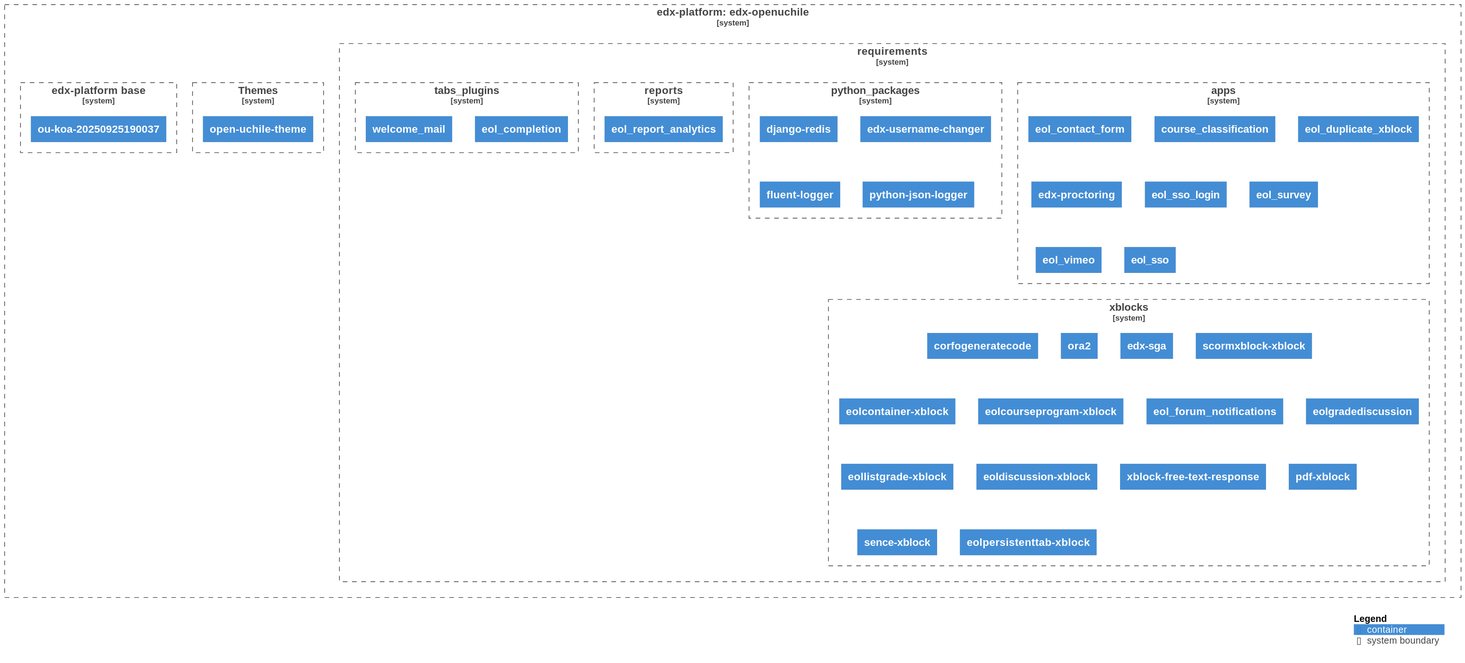
The PlantUML diagram diagrams/diagram.svg in eol-uchile/edx-openuchile, before a commit.
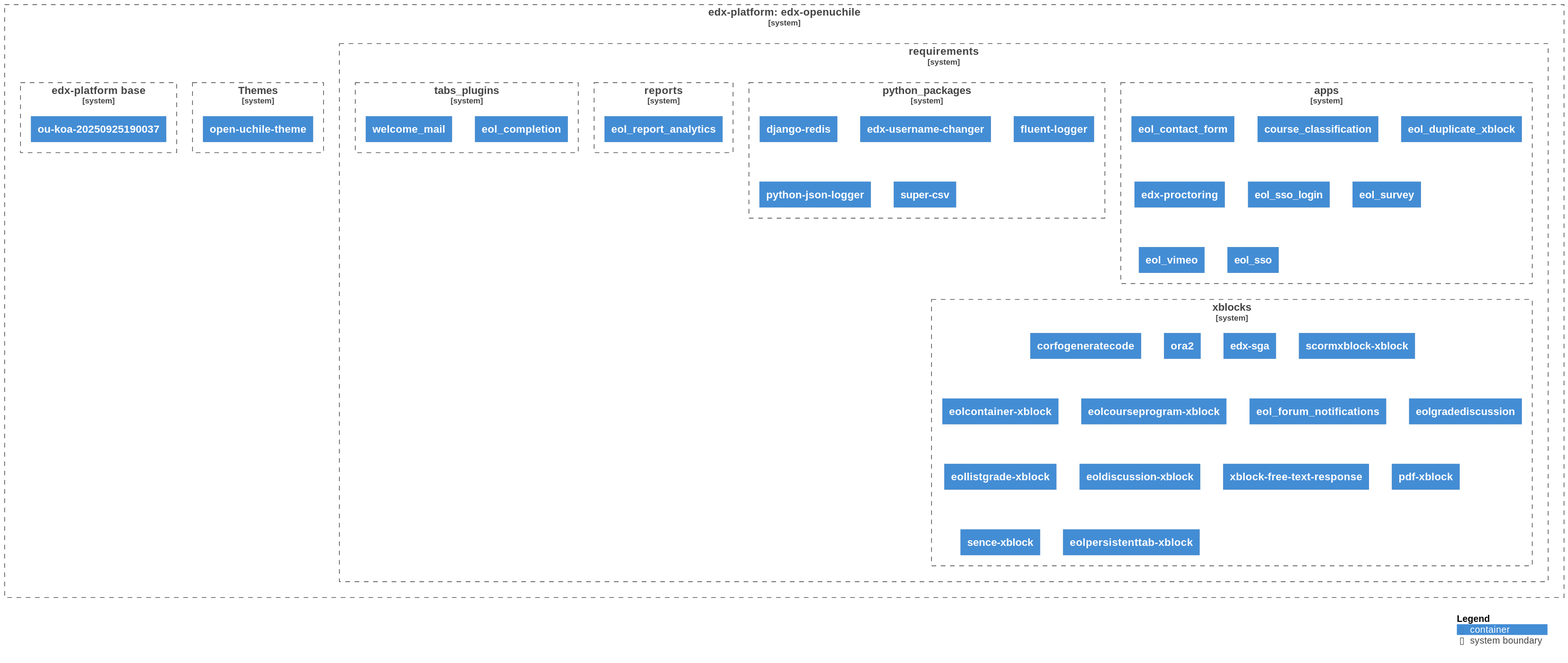
Above is the later version.

Commit message:
chore: Auto-generate UML diagram

The edit, as a diff of the source:
```diff
@@ -36,6 +36,8 @@
                 Container(python_packages3, "fluent-logger")
 
                 Container(python_packages4, "python-json-logger")
+
+                Container(python_packages5, "super-csv")
 
             }
 
```
